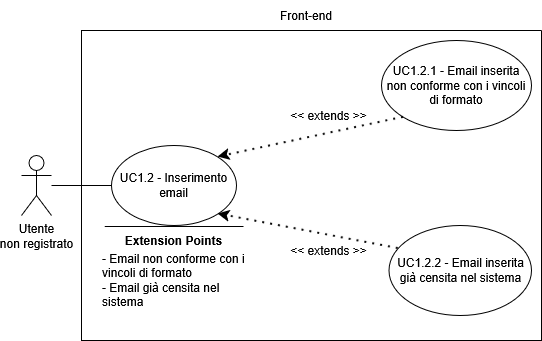
This is assets/diagrams/UC1_2.png from SkarabGroup/DocumentazioneProgetto, a draw.io export, as it was before one commit. Source tidied: cells renumbered, new cells last; positions are measured from the earlier drawing's top-left corner, leaving out a move shared by most shapes.
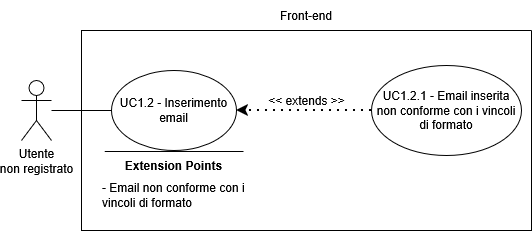
The same diagram one commit later.

The edit, as a diff of the source:
```diff
@@ -3,43 +3,34 @@
     <mxCell id="0" />
     <mxCell id="1" parent="0" />
     <mxCell id="2" value="&lt;div&gt;Utente&lt;/div&gt;&lt;div&gt;non registrato&lt;/div&gt;" style="shape=umlActor;verticalLabelPosition=bottom;verticalAlign=top;html=1;outlineConnect=0;" parent="1" vertex="1">
-      <mxGeometry y="155" width="30" height="60" as="geometry" />
+      <mxGeometry y="80" width="30" height="60" as="geometry" />
     </mxCell>
     <mxCell id="3" style="swimlane;startSize=0;" parent="1" vertex="1">
-      <mxGeometry x="60" y="30" width="460" height="310" as="geometry" />
+      <mxGeometry x="60" y="30" width="450" height="200" as="geometry" />
     </mxCell>
     <mxCell id="4" value="&lt;div&gt;UC1.2 - Inserimento email&lt;/div&gt;" style="ellipse;whiteSpace=wrap;html=1;" parent="3" vertex="1">
-      <mxGeometry x="30" y="115" width="125" height="80" as="geometry" />
+      <mxGeometry x="30" y="40" width="125" height="80" as="geometry" />
     </mxCell>
     <mxCell id="5" value="UC1.2.1 - Email inserita non conforme con i vincoli di formato" style="ellipse;whiteSpace=wrap;html=1;" parent="3" vertex="1">
-      <mxGeometry x="300" y="10" width="150" height="90" as="geometry" />
+      <mxGeometry x="290" y="35" width="150" height="90" as="geometry" />
     </mxCell>
-    <mxCell id="6" style="endArrow=classic;dashed=1;html=1;dashPattern=1 3;strokeWidth=2;rounded=0;entryX=1;entryY=0;entryDx=0;entryDy=0;exitX=0;exitY=1;exitDx=0;exitDy=0;strokeColor=default;curved=0;endFill=1;endSize=6;" parent="3" edge="1" source="5" target="4">
+    <mxCell id="6" style="endArrow=classic;dashed=1;html=1;dashPattern=1 3;strokeWidth=2;rounded=0;entryX=1;entryY=0.5;entryDx=0;entryDy=0;strokeColor=default;curved=0;endFill=1;endSize=6;exitX=0;exitY=0.5;exitDx=0;exitDy=0;" parent="3" edge="1" source="5" target="4">
       <mxGeometry relative="1" as="geometry" />
     </mxCell>
     <mxCell id="7" value="&lt;div&gt;&amp;lt;&amp;lt; extends &amp;gt;&amp;gt;&lt;/div&gt;" style="text;html=1;whiteSpace=wrap;strokeColor=none;fillColor=none;align=center;verticalAlign=middle;rounded=0;" parent="3" vertex="1">
-      <mxGeometry x="200" y="70" width="95" height="30" as="geometry" />
+      <mxGeometry x="177.5" y="55" width="95" height="30" as="geometry" />
     </mxCell>
-    <mxCell id="8" value="UC1.2.2 - Email inserita già censita nel sistema" style="ellipse;whiteSpace=wrap;html=1;" parent="3" vertex="1">
-      <mxGeometry x="307.5" y="195" width="142.5" height="90" as="geometry" />
-    </mxCell>
-    <mxCell id="9" style="endArrow=classic;dashed=1;html=1;dashPattern=1 3;strokeWidth=2;rounded=0;entryX=1;entryY=1;entryDx=0;entryDy=0;exitX=0.065;exitY=0.256;exitDx=0;exitDy=0;strokeColor=default;curved=0;endFill=1;endSize=6;exitPerimeter=0;" parent="3" edge="1" source="8" target="4">
-      <mxGeometry relative="1" as="geometry" />
-    </mxCell>
-    <mxCell id="10" value="&amp;lt;&amp;lt; extends &amp;gt;&amp;gt;" style="text;html=1;whiteSpace=wrap;strokeColor=none;fillColor=none;align=center;verticalAlign=middle;rounded=0;" parent="3" vertex="1">
-      <mxGeometry x="200" y="205" width="95" height="30" as="geometry" />
-    </mxCell>
     <mxCell id="11" style="endArrow=none;html=1;rounded=0;" parent="3" edge="1">
       <mxGeometry relative="1" as="geometry">
-        <mxPoint x="162" y="196" as="sourcePoint" />
-        <mxPoint x="23.2" y="196" as="targetPoint" />
+        <mxPoint x="162" y="121" as="sourcePoint" />
+        <mxPoint x="23.2" y="121" as="targetPoint" />
       </mxGeometry>
     </mxCell>
     <mxCell id="12" value="&lt;b&gt;Extension Points&lt;/b&gt;" style="text;html=1;whiteSpace=wrap;strokeColor=none;fillColor=none;align=center;verticalAlign=middle;rounded=0;strokeWidth=5;" parent="3" vertex="1">
-      <mxGeometry x="35" y="195" width="115" height="30" as="geometry" />
+      <mxGeometry x="35" y="120" width="115" height="30" as="geometry" />
     </mxCell>
-    <mxCell id="13" value="&lt;div align=&quot;left&quot;&gt;- Email non conforme con i vincoli di formato&lt;/div&gt;&lt;div align=&quot;left&quot;&gt;- Email già censita nel sistema&lt;/div&gt;" style="text;html=1;whiteSpace=wrap;strokeColor=none;fillColor=none;align=left;verticalAlign=middle;rounded=0;" parent="3" vertex="1">
-      <mxGeometry x="19" y="205" width="147" height="90" as="geometry" />
+    <mxCell id="13" value="&lt;div align=&quot;left&quot;&gt;- Email non conforme con i vincoli di formato&lt;/div&gt;" style="text;html=1;whiteSpace=wrap;strokeColor=none;fillColor=none;align=left;verticalAlign=middle;rounded=0;" parent="3" vertex="1">
+      <mxGeometry x="19" y="120" width="147" height="90" as="geometry" />
     </mxCell>
     <mxCell id="14" style="endArrow=none;html=1;rounded=0;entryX=0;entryY=0.5;entryDx=0;entryDy=0;" parent="1" edge="1" source="2" target="4">
       <mxGeometry relative="1" as="geometry" />
```
